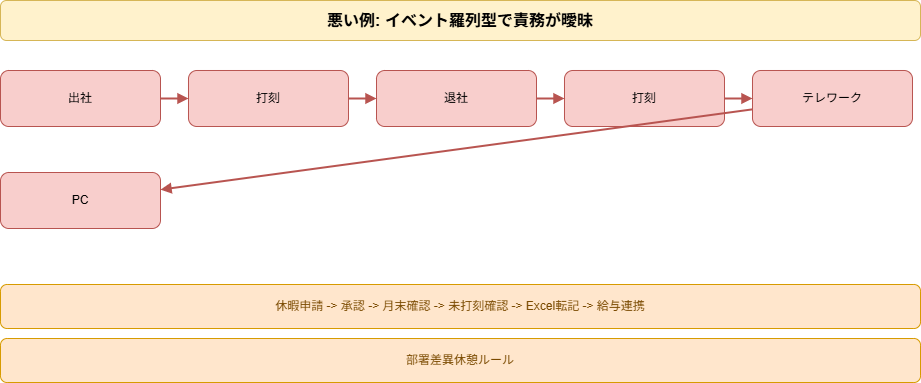
The draw.io diagram 20_zukai-drill/src/data/diagrams/attendance-role-separation_bad-diagram.drawio.png in kaku3/workbooks, before a commit. Source tidied: cells renumbered, new cells last; positions are measured from the earlier drawing's top-left corner, leaving out a move shared by most shapes.
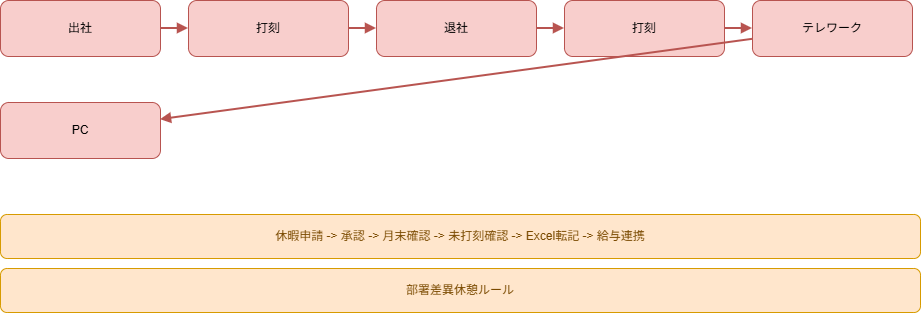
The same diagram one commit later.

Change to the diagram source:
```diff
@@ -2,9 +2,6 @@
   <root>
     <mxCell id="0" />
     <mxCell id="1" parent="0" />
-    <mxCell id="2" value="悪い例: イベント羅列型で責務が曖昧" style="rounded=1;whiteSpace=wrap;html=1;fillColor=#fff2cc;strokeColor=#d6b656;fontSize=16;fontStyle=1;" parent="1" vertex="1">
-      <mxGeometry width="920" height="40" as="geometry" />
-    </mxCell>
     <mxCell id="3" value="出社" style="rounded=1;whiteSpace=wrap;html=1;fillColor=#f8cecc;strokeColor=#b85450;" parent="1" vertex="1">
       <mxGeometry y="70" width="160" height="56" as="geometry" />
     </mxCell>
```
